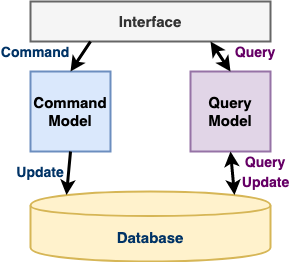
Before: diagrams/png/command_query_responsibility_segregation_small_1db.png, a diagram exported from draw.io (wuyichen24/system-design-knowledge). Source tidied: cells renumbered, new cells last; positions are measured from the earlier drawing's top-left corner, leaving out a move shared by most shapes. Its diagram source:
```xml
<mxGraphModel>
  <root>
    <mxCell id="0" />
    <mxCell id="1" parent="0" />
    <mxCell id="2" value="&lt;font style=&quot;font-size: 15px&quot;&gt;&lt;b&gt;Command Model&lt;/b&gt;&lt;/font&gt;" style="rounded=0;whiteSpace=wrap;html=1;strokeWidth=2;fillColor=#dae8fc;strokeColor=#6c8ebf;" parent="1" vertex="1">
      <mxGeometry x="30" y="70" width="80" height="80" as="geometry" />
    </mxCell>
    <mxCell id="3" value="&lt;font style=&quot;font-size: 15px&quot;&gt;&lt;b&gt;Query&lt;br&gt;Model&lt;/b&gt;&lt;/font&gt;" style="rounded=0;whiteSpace=wrap;html=1;strokeWidth=2;fillColor=#e1d5e7;strokeColor=#9673a6;" parent="1" vertex="1">
      <mxGeometry x="190" y="70" width="80" height="80" as="geometry" />
    </mxCell>
    <mxCell id="4" value="&lt;font style=&quot;font-size: 15px&quot; color=&quot;#003366&quot;&gt;&lt;b&gt;Database&lt;/b&gt;&lt;/font&gt;" style="shape=cylinder;whiteSpace=wrap;html=1;boundedLbl=1;backgroundOutline=1;strokeWidth=2;fillColor=#fff2cc;strokeColor=#d6b656;" parent="1" vertex="1">
      <mxGeometry x="30" y="190" width="240" height="70" as="geometry" />
    </mxCell>
    <mxCell id="5" value="&lt;font style=&quot;font-size: 15px&quot;&gt;&lt;b&gt;Interface&lt;/b&gt;&lt;/font&gt;" style="rounded=0;whiteSpace=wrap;html=1;strokeWidth=2;fillColor=#f5f5f5;strokeColor=#666666;fontColor=#333333;" parent="1" vertex="1">
      <mxGeometry x="30" width="240" height="40" as="geometry" />
    </mxCell>
    <mxCell id="6" style="endArrow=classic;html=1;strokeWidth=3;entryX=0.5;entryY=0;entryDx=0;entryDy=0;targetPerimeterSpacing=-1;endSize=6;exitX=0.25;exitY=1;exitDx=0;exitDy=0;" parent="1" edge="1" source="5" target="2">
      <mxGeometry relative="1" as="geometry" />
    </mxCell>
    <mxCell id="7" style="endArrow=classic;html=1;strokeWidth=3;exitX=0.5;exitY=1;exitDx=0;exitDy=0;jumpSize=6;startSize=6;endSize=6;entryX=0.15;entryY=0.05;entryDx=0;entryDy=0;entryPerimeter=0;" parent="1" edge="1" source="2" target="4">
      <mxGeometry relative="1" as="geometry" />
    </mxCell>
    <mxCell id="8" style="endArrow=classic;html=1;strokeWidth=3;targetPerimeterSpacing=0;endSize=6;exitX=0.5;exitY=0;exitDx=0;exitDy=0;startArrow=classic;startFill=1;entryX=0.75;entryY=1;entryDx=0;entryDy=0;" parent="1" edge="1" source="3" target="5">
      <mxGeometry relative="1" as="geometry" />
    </mxCell>
    <mxCell id="9" style="endArrow=classic;html=1;strokeWidth=3;targetPerimeterSpacing=0;endSize=6;entryX=0.5;entryY=1;entryDx=0;entryDy=0;startArrow=classic;startFill=1;exitX=0.85;exitY=0.05;exitDx=0;exitDy=0;exitPerimeter=0;" parent="1" edge="1" source="4" target="3">
      <mxGeometry relative="1" as="geometry" />
    </mxCell>
    <mxCell id="10" value="&lt;span style=&quot;font-size: 14px&quot;&gt;&lt;b&gt;&lt;font color=&quot;#660066&quot;&gt;Query&lt;/font&gt;&lt;/b&gt;&lt;/span&gt;" style="text;html=1;strokeColor=none;fillColor=none;align=center;verticalAlign=middle;whiteSpace=wrap;rounded=0;" parent="1" vertex="1">
      <mxGeometry x="230" y="40" width="50" height="20" as="geometry" />
    </mxCell>
    <mxCell id="11" value="&lt;span style=&quot;font-size: 14px&quot;&gt;&lt;b&gt;&lt;font color=&quot;#003366&quot;&gt;Command&lt;/font&gt;&lt;/b&gt;&lt;/span&gt;" style="text;html=1;strokeColor=none;fillColor=none;align=center;verticalAlign=middle;whiteSpace=wrap;rounded=0;" parent="1" vertex="1">
      <mxGeometry y="40" width="70" height="20" as="geometry" />
    </mxCell>
    <mxCell id="12" value="&lt;span style=&quot;font-size: 14px&quot;&gt;&lt;b&gt;&lt;font color=&quot;#660066&quot;&gt;Update&lt;/font&gt;&lt;/b&gt;&lt;/span&gt;" style="text;html=1;strokeColor=none;fillColor=none;align=center;verticalAlign=middle;whiteSpace=wrap;rounded=0;" parent="1" vertex="1">
      <mxGeometry x="242.5" y="170" width="45" height="20" as="geometry" />
    </mxCell>
    <mxCell id="13" value="&lt;span style=&quot;font-size: 14px&quot;&gt;&lt;b&gt;&lt;font color=&quot;#660066&quot;&gt;Query&lt;/font&gt;&lt;/b&gt;&lt;/span&gt;" style="text;html=1;strokeColor=none;fillColor=none;align=center;verticalAlign=middle;whiteSpace=wrap;rounded=0;" parent="1" vertex="1">
      <mxGeometry x="240" y="150" width="50" height="20" as="geometry" />
    </mxCell>
    <mxCell id="14" value="&lt;span style=&quot;font-size: 14px&quot;&gt;&lt;b&gt;&lt;font color=&quot;#003366&quot;&gt;Update&lt;/font&gt;&lt;/b&gt;&lt;/span&gt;" style="text;html=1;strokeColor=none;fillColor=none;align=center;verticalAlign=middle;whiteSpace=wrap;rounded=0;" parent="1" vertex="1">
      <mxGeometry x="10" y="160" width="60" height="20" as="geometry" />
    </mxCell>
  </root>
</mxGraphModel>
```
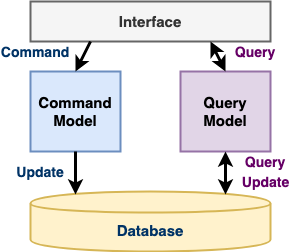
The same diagram one commit later.

Commit message:
adjust diagram size

Diff of the diagram source:
```diff
@@ -3,13 +3,13 @@
     <mxCell id="0" />
     <mxCell id="1" parent="0" />
     <mxCell id="2" value="&lt;font style=&quot;font-size: 15px&quot;&gt;&lt;b&gt;Command Model&lt;/b&gt;&lt;/font&gt;" style="rounded=0;whiteSpace=wrap;html=1;strokeWidth=2;fillColor=#dae8fc;strokeColor=#6c8ebf;" parent="1" vertex="1">
-      <mxGeometry x="30" y="70" width="80" height="80" as="geometry" />
+      <mxGeometry x="30" y="70" width="90" height="80" as="geometry" />
     </mxCell>
     <mxCell id="3" value="&lt;font style=&quot;font-size: 15px&quot;&gt;&lt;b&gt;Query&lt;br&gt;Model&lt;/b&gt;&lt;/font&gt;" style="rounded=0;whiteSpace=wrap;html=1;strokeWidth=2;fillColor=#e1d5e7;strokeColor=#9673a6;" parent="1" vertex="1">
-      <mxGeometry x="190" y="70" width="80" height="80" as="geometry" />
+      <mxGeometry x="180" y="70" width="90" height="80" as="geometry" />
     </mxCell>
     <mxCell id="4" value="&lt;font style=&quot;font-size: 15px&quot; color=&quot;#003366&quot;&gt;&lt;b&gt;Database&lt;/b&gt;&lt;/font&gt;" style="shape=cylinder;whiteSpace=wrap;html=1;boundedLbl=1;backgroundOutline=1;strokeWidth=2;fillColor=#fff2cc;strokeColor=#d6b656;" parent="1" vertex="1">
-      <mxGeometry x="30" y="190" width="240" height="70" as="geometry" />
+      <mxGeometry x="30" y="190" width="240" height="60" as="geometry" />
     </mxCell>
     <mxCell id="5" value="&lt;font style=&quot;font-size: 15px&quot;&gt;&lt;b&gt;Interface&lt;/b&gt;&lt;/font&gt;" style="rounded=0;whiteSpace=wrap;html=1;strokeWidth=2;fillColor=#f5f5f5;strokeColor=#666666;fontColor=#333333;" parent="1" vertex="1">
       <mxGeometry x="30" width="240" height="40" as="geometry" />
@@ -17,14 +17,18 @@
     <mxCell id="6" style="endArrow=classic;html=1;strokeWidth=3;entryX=0.5;entryY=0;entryDx=0;entryDy=0;targetPerimeterSpacing=-1;endSize=6;exitX=0.25;exitY=1;exitDx=0;exitDy=0;" parent="1" edge="1" source="5" target="2">
       <mxGeometry relative="1" as="geometry" />
     </mxCell>
-    <mxCell id="7" style="endArrow=classic;html=1;strokeWidth=3;exitX=0.5;exitY=1;exitDx=0;exitDy=0;jumpSize=6;startSize=6;endSize=6;entryX=0.15;entryY=0.05;entryDx=0;entryDy=0;entryPerimeter=0;" parent="1" edge="1" source="2" target="4">
-      <mxGeometry relative="1" as="geometry" />
+    <mxCell id="7" style="endArrow=classic;html=1;strokeWidth=3;exitX=0.5;exitY=1;exitDx=0;exitDy=0;jumpSize=6;startSize=6;endSize=6;" parent="1" edge="1" source="2">
+      <mxGeometry relative="1" as="geometry">
+        <mxPoint x="75" y="193" as="targetPoint" />
+      </mxGeometry>
     </mxCell>
     <mxCell id="8" style="endArrow=classic;html=1;strokeWidth=3;targetPerimeterSpacing=0;endSize=6;exitX=0.5;exitY=0;exitDx=0;exitDy=0;startArrow=classic;startFill=1;entryX=0.75;entryY=1;entryDx=0;entryDy=0;" parent="1" edge="1" source="3" target="5">
       <mxGeometry relative="1" as="geometry" />
     </mxCell>
-    <mxCell id="9" style="endArrow=classic;html=1;strokeWidth=3;targetPerimeterSpacing=0;endSize=6;entryX=0.5;entryY=1;entryDx=0;entryDy=0;startArrow=classic;startFill=1;exitX=0.85;exitY=0.05;exitDx=0;exitDy=0;exitPerimeter=0;" parent="1" edge="1" source="4" target="3">
-      <mxGeometry relative="1" as="geometry" />
+    <mxCell id="9" style="endArrow=classic;html=1;strokeWidth=3;targetPerimeterSpacing=0;endSize=6;entryX=0.5;entryY=1;entryDx=0;entryDy=0;startArrow=classic;startFill=1;" parent="1" edge="1" target="3">
+      <mxGeometry relative="1" as="geometry">
+        <mxPoint x="225" y="193" as="sourcePoint" />
+      </mxGeometry>
     </mxCell>
     <mxCell id="10" value="&lt;span style=&quot;font-size: 14px&quot;&gt;&lt;b&gt;&lt;font color=&quot;#660066&quot;&gt;Query&lt;/font&gt;&lt;/b&gt;&lt;/span&gt;" style="text;html=1;strokeColor=none;fillColor=none;align=center;verticalAlign=middle;whiteSpace=wrap;rounded=0;" parent="1" vertex="1">
       <mxGeometry x="230" y="40" width="50" height="20" as="geometry" />
```
